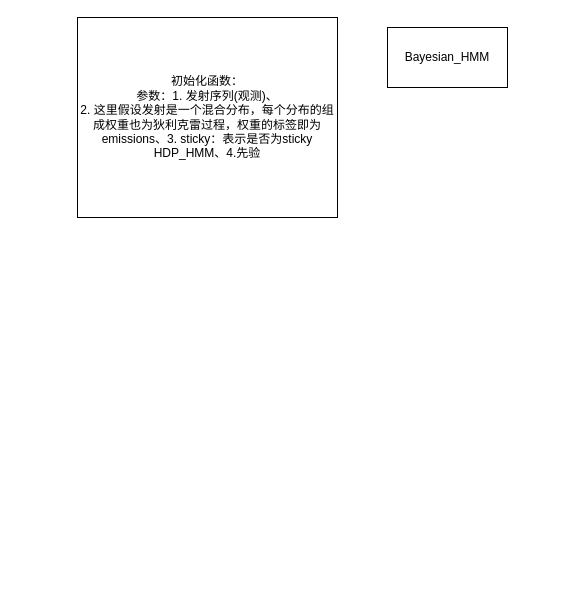
This is 未命名绘图.drawio from HanF-C/Notes, a draw.io file, before an edit. Source tidied: cells renumbered, new cells numbered last; positions are measured from the earlier drawing's top-left corner, leaving out a move shared by most shapes. Both pictures are drawn from the tidied source at 100%, with x=0, y=0 at pixel (77, 17).
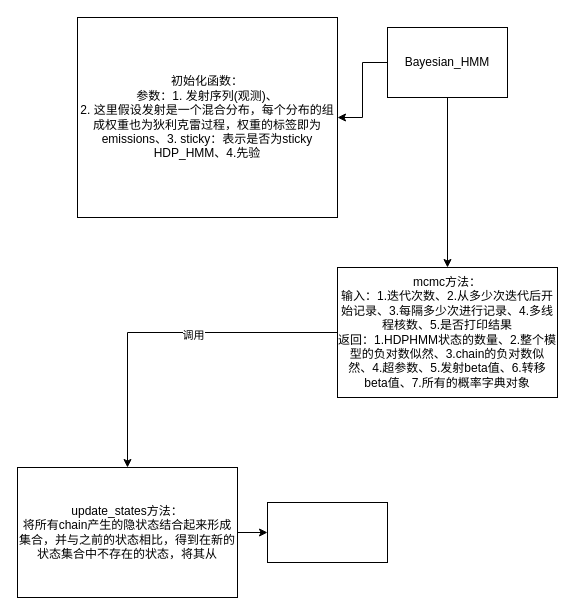
The same diagram, later.

Commit message (it also covers changes not shown here):
更新未命名绘图.drawio

Change to the diagram source:
```diff
@@
 <mxGraphModel>
   <root>
     <mxCell id="0" />
     <mxCell id="1" parent="0" />
+    <mxCell id="4" style="edgeStyle=orthogonalEdgeStyle;rounded=0;jettySize=auto;html=1;" parent="1" edge="1" source="2" target="3">
+      <mxGeometry relative="1" as="geometry" />
+    </mxCell>
+    <mxCell id="5" style="edgeStyle=orthogonalEdgeStyle;rounded=0;jettySize=auto;html=1;" parent="1" edge="1" source="2" target="8">
+      <mxGeometry relative="1" as="geometry" />
+    </mxCell>
     <mxCell id="2" value="Bayesian_HMM" style="rounded=0;whiteSpace=wrap;html=1;" parent="1" vertex="1">
-      <mxGeometry x="310" y="10" width="120" height="60" as="geometry" />
+      <mxGeometry x="310" y="10" width="120" height="70" as="geometry" />
     </mxCell>
     <mxCell id="3" value="初始化函数：&lt;br&gt;参数：1. 发射序列(观测)、&lt;br&gt;2. 这里假设发射是一个混合分布，每个分布的组成权重也为狄利克雷过程，权重的标签即为emissions、3. sticky：表示是否为sticky HDP_HMM、4.先验" style="rounded=0;whiteSpace=wrap;html=1;" parent="1" vertex="1">
       <mxGeometry width="260" height="200" as="geometry" />
     </mxCell>
+    <mxCell id="6" style="edgeStyle=orthogonalEdgeStyle;rounded=0;jettySize=auto;html=1;" parent="1" edge="1" source="8" target="11">
+      <mxGeometry relative="1" as="geometry" />
+    </mxCell>
+    <mxCell id="7" value="调用" style="edgeLabel;html=1;align=center;verticalAlign=middle;" parent="6" vertex="1">
+      <mxGeometry x="-0.16" y="2" relative="1" as="geometry" />
+    </mxCell>
+    <mxCell id="8" value="mcmc方法：&lt;br&gt;输入：1.迭代次数、2.从多少次迭代后开始记录、3.每隔多少次进行记录、4.多线程核数、5.是否打印结果&lt;br&gt;返回：1.HDPHMM状态的数量、2.整个模型的负对数似然、3.chain的负对数似然、4.超参数、5.发射beta值、6.转移beta值、7.所有的概率字典对象" style="rounded=0;whiteSpace=wrap;html=1;" parent="1" vertex="1">
+      <mxGeometry x="260" y="250" width="220" height="130" as="geometry" />
+    </mxCell>
+    <mxCell id="9" style="rounded=0;whiteSpace=wrap;html=1;" parent="1" vertex="1">
+      <mxGeometry x="190" y="485" width="120" height="60" as="geometry" />
+    </mxCell>
+    <mxCell id="10" style="edgeStyle=orthogonalEdgeStyle;rounded=0;jettySize=auto;html=1;" parent="1" edge="1" source="11" target="9">
+      <mxGeometry relative="1" as="geometry" />
+    </mxCell>
+    <mxCell id="11" value="update_states方法：&lt;br&gt;将所有chain产生的隐状态结合起来形成集合，并与之前的状态相比，得到在新的状态集合中不存在的状态，将其从" style="rounded=0;whiteSpace=wrap;html=1;" parent="1" vertex="1">
+      <mxGeometry x="-60" y="450" width="220" height="130" as="geometry" />
+    </mxCell>
   </root>
 </mxGraphModel>
```
